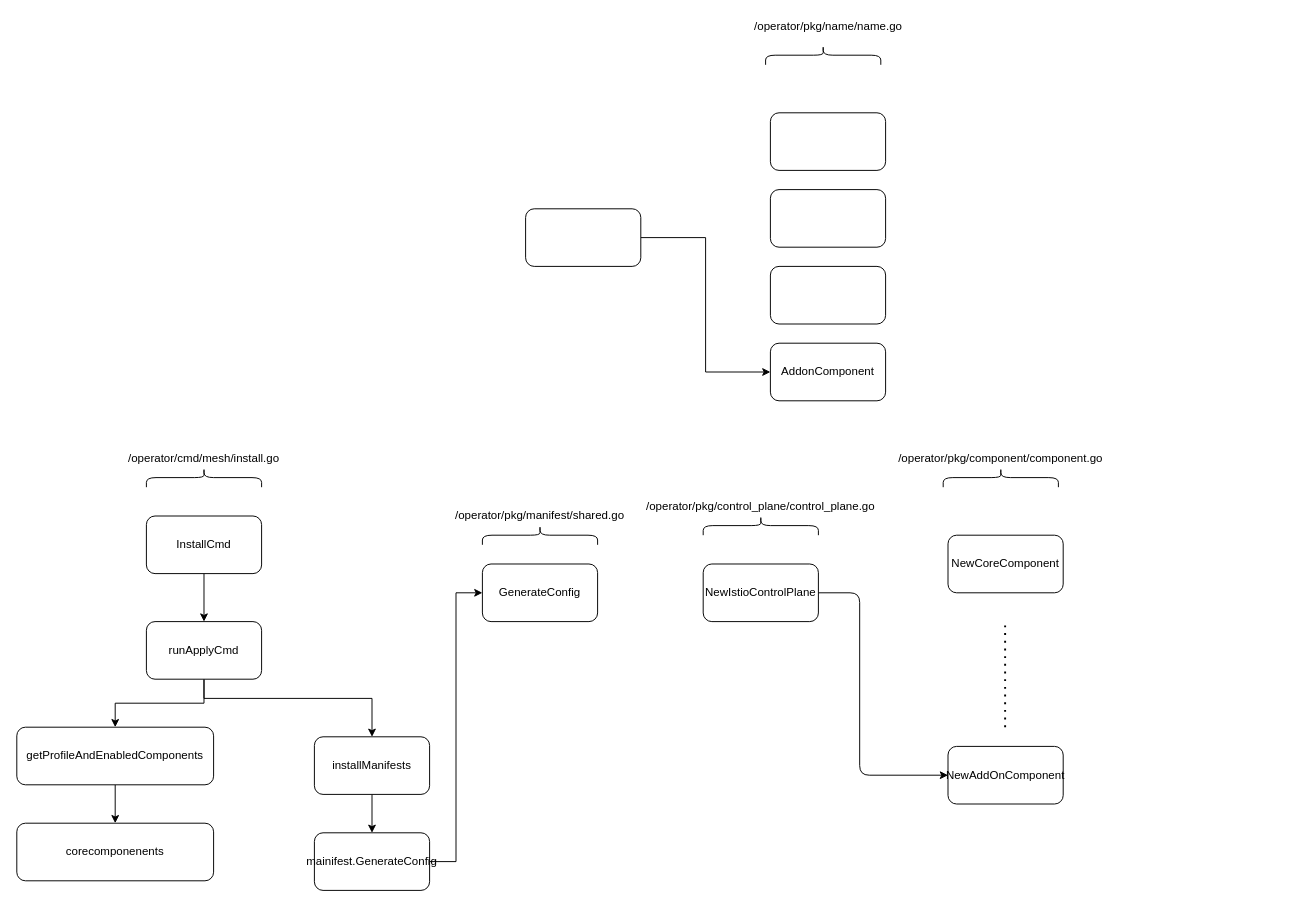
The draw.io diagram istioctl_componet_arch.drawio in xu1zhou/Documents, before the edit. Source tidied: cells renumbered, new cells numbered last; positions are measured from the earlier drawing's top-left corner, leaving out a move shared by most shapes. Both pictures are drawn from the tidied source at 96%, with x=0, y=0 at pixel (16, -3).
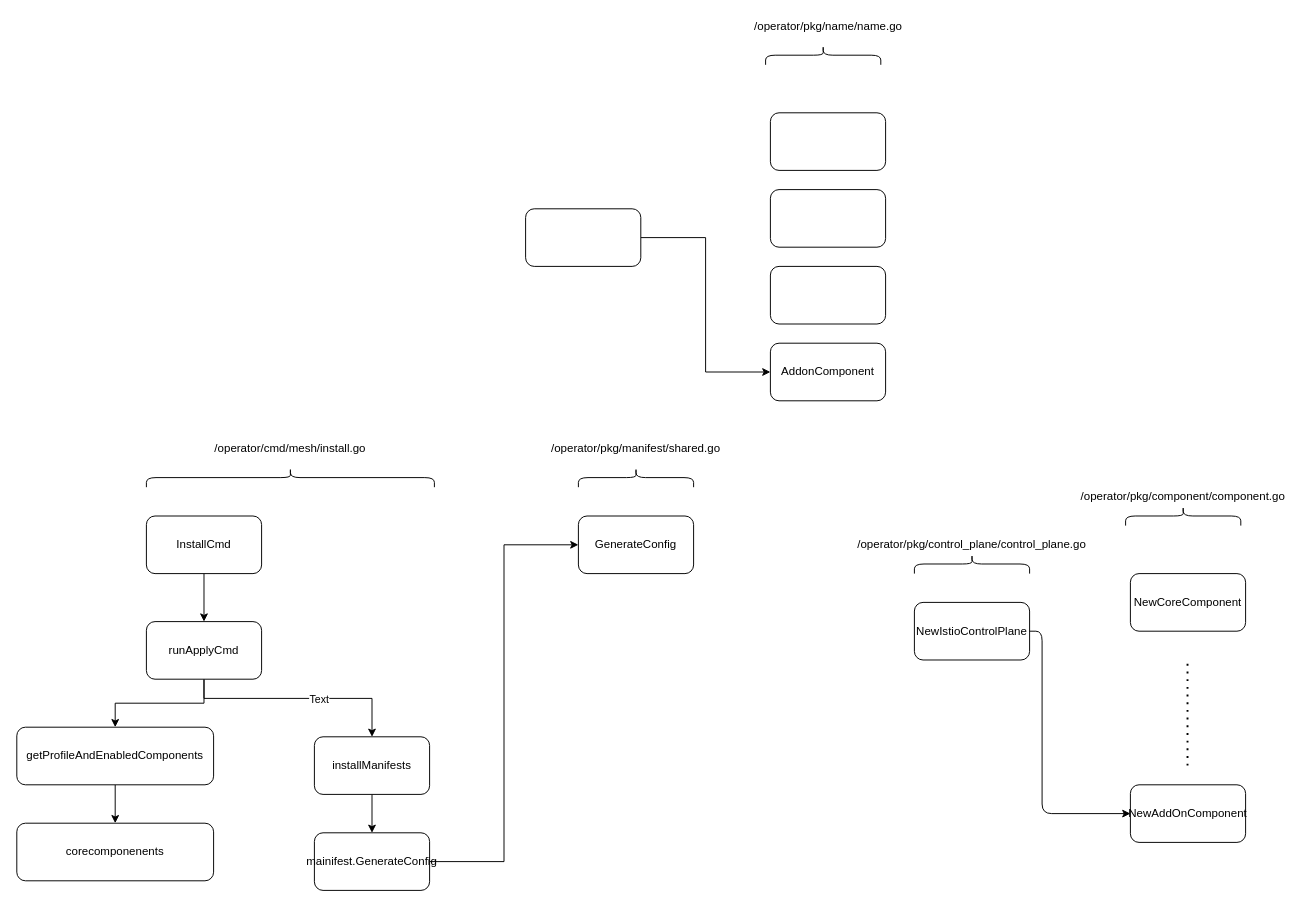
The same page after the edit.

The change refers to these unchanged cells:
```xml
<mxCell id="23" style="edgeStyle=orthogonalEdgeStyle;rounded=0;jettySize=auto;html=1;" parent="1" edge="1" source="25" target="22">
  <mxGeometry relative="1" as="geometry">
    <Array as="points">
      <mxPoint x="195" y="730" />
      <mxPoint x="370" y="730" />
    </Array>
  </mxGeometry>
</mxCell>
```

Change to the diagram source:
```diff
@@
     <mxCell id="10" value="/operator/pkg/component/component.go" style="text;html=1;strokeColor=none;fillColor=none;align=center;verticalAlign=middle;whiteSpace=wrap;rounded=0;" parent="1" vertex="1">
-      <mxGeometry x="910" y="470" width="230" height="20" as="geometry" />
+      <mxGeometry x="1100" y="510" width="230" height="20" as="geometry" />
     </mxCell>
     <mxCell id="11" style="shape=curlyBracket;whiteSpace=wrap;html=1;rounded=1;rotation=90;" parent="1" vertex="1">
-      <mxGeometry x="1015" y="440" width="20" height="120" as="geometry" />
+      <mxGeometry x="1205" y="480" width="20" height="120" as="geometry" />
     </mxCell>
     <mxCell id="12" value="NewCoreComponent" style="rounded=1;whiteSpace=wrap;html=1;" parent="1" vertex="1">
-      <mxGeometry x="970" y="560" width="120" height="60" as="geometry" />
+      <mxGeometry x="1160" y="600" width="120" height="60" as="geometry" />
     </mxCell>
     <mxCell id="13" value="NewAddOnComponent" style="rounded=1;whiteSpace=wrap;html=1;" parent="1" vertex="1">
-      <mxGeometry x="970" y="780" width="120" height="60" as="geometry" />
+      <mxGeometry x="1160" y="820" width="120" height="60" as="geometry" />
     </mxCell>
     <mxCell id="14" style="endArrow=none;dashed=1;html=1;dashPattern=1 3;strokeWidth=2;" parent="1" edge="1">
       <mxGeometry relative="1" as="geometry">
-        <mxPoint x="1029.5" y="760" as="sourcePoint" />
-        <mxPoint x="1029.5" y="650" as="targetPoint" />
+        <mxPoint x="1219.5" y="800" as="sourcePoint" />
+        <mxPoint x="1219.5" y="690" as="targetPoint" />
         <Array as="points">
-          <mxPoint x="1029.5" y="720" />
+          <mxPoint x="1219.5" y="760" />
         </Array>
       </mxGeometry>
     </mxCell>
     <mxCell id="15" value="NewIstioControlPlane" style="rounded=1;whiteSpace=wrap;html=1;" parent="1" vertex="1">
-      <mxGeometry x="715" y="590" width="120" height="60" as="geometry" />
+      <mxGeometry x="935" y="630" width="120" height="60" as="geometry" />
     </mxCell>
     <mxCell id="16" value="/operator/pkg/control_plane/control_plane.go" style="text;html=1;strokeColor=none;fillColor=none;align=center;verticalAlign=middle;whiteSpace=wrap;rounded=0;" parent="1" vertex="1">
-      <mxGeometry x="660" y="520" width="230" height="20" as="geometry" />
+      <mxGeometry x="880" y="560" width="230" height="20" as="geometry" />
     </mxCell>
     <mxCell id="17" style="shape=curlyBracket;whiteSpace=wrap;html=1;rounded=1;rotation=90;" parent="1" vertex="1">
-      <mxGeometry x="765" y="490" width="20" height="120" as="geometry" />
+      <mxGeometry x="985" y="530" width="20" height="120" as="geometry" />
     </mxCell>
     <mxCell id="18" style="edgeStyle=elbowEdgeStyle;elbow=horizontal;endArrow=classic;html=1;exitX=1;exitY=0.5;exitDx=0;exitDy=0;entryX=0;entryY=0.5;entryDx=0;entryDy=0;" parent="1" edge="1" source="15" target="13">
       <mxGeometry relative="1" as="geometry">
         <Array as="points">
-          <mxPoint x="878" y="730" />
+          <mxPoint x="1068" y="770" />
         </Array>
       </mxGeometry>
     </mxCell>
     <mxCell id="19" value="/operator/cmd/mesh/install.go" style="text;html=1;strokeColor=none;fillColor=none;align=center;verticalAlign=middle;whiteSpace=wrap;rounded=0;" parent="1" vertex="1">
-      <mxGeometry x="80" y="470" width="230" height="20" as="geometry" />
+      <mxGeometry x="170" y="460" width="230" height="20" as="geometry" />
     </mxCell>
     <mxCell id="20" style="shape=curlyBracket;whiteSpace=wrap;html=1;rounded=1;rotation=90;" parent="1" vertex="1">
-      <mxGeometry x="185" y="440" width="20" height="120" as="geometry" />
+      <mxGeometry x="275" y="350" width="20" height="300" as="geometry" />
     </mxCell>
@@
+    <mxCell id="36" value="Text" style="edgeLabel;html=1;align=center;verticalAlign=middle;" parent="23" vertex="1">
+      <mxGeometry x="0.18" relative="1" as="geometry" />
+    </mxCell>
@@
     <mxCell id="33" value="/operator/pkg/manifest/shared.go" style="text;html=1;strokeColor=none;fillColor=none;align=center;verticalAlign=middle;whiteSpace=wrap;rounded=0;" parent="1" vertex="1">
-      <mxGeometry x="430" y="530" width="230" height="20" as="geometry" />
+      <mxGeometry x="530" y="460" width="230" height="20" as="geometry" />
     </mxCell>
     <mxCell id="34" style="shape=curlyBracket;whiteSpace=wrap;html=1;rounded=1;rotation=90;" parent="1" vertex="1">
-      <mxGeometry x="535" y="500" width="20" height="120" as="geometry" />
+      <mxGeometry x="635" y="440" width="20" height="120" as="geometry" />
     </mxCell>
     <mxCell id="35" value="GenerateConfig" style="rounded=1;whiteSpace=wrap;html=1;" parent="1" vertex="1">
-      <mxGeometry x="485" y="590" width="120" height="60" as="geometry" />
+      <mxGeometry x="585" y="540" width="120" height="60" as="geometry" />
     </mxCell>
```
